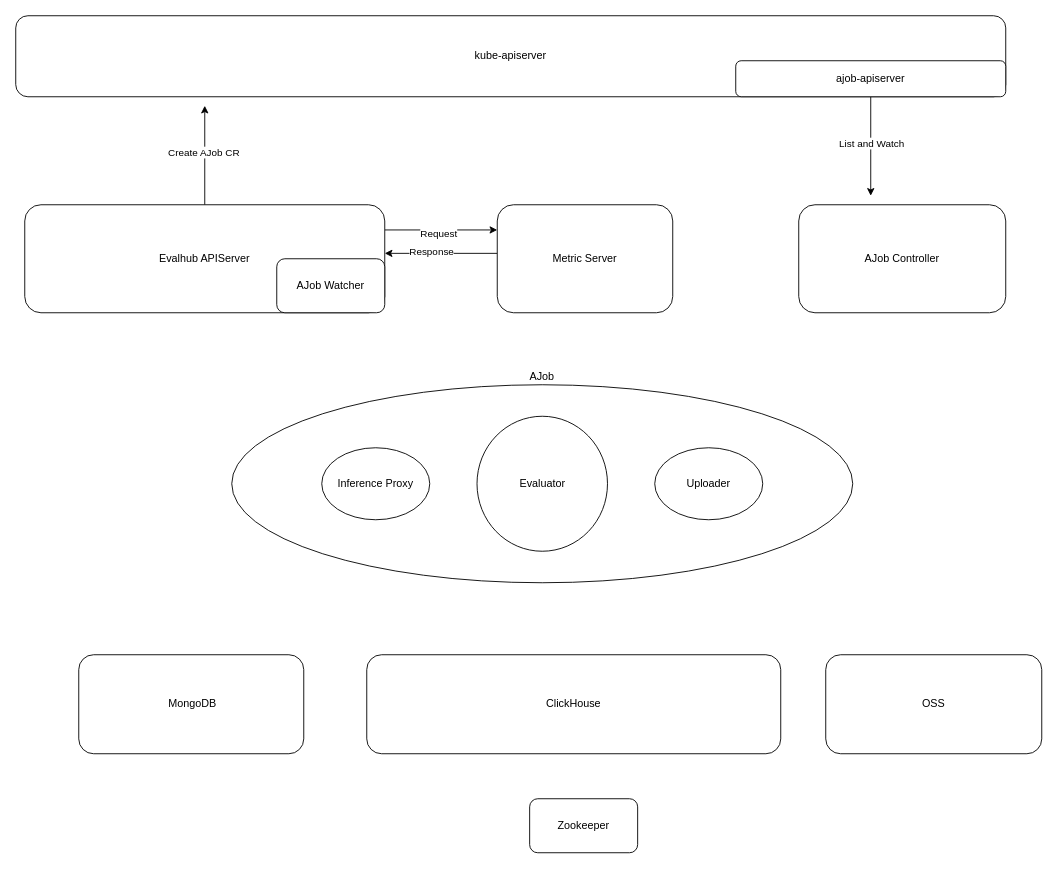
The draw.io diagram 评测服务.drawio in zhongshangwu/draw.io, before the edit. Source tidied: cells renumbered, new cells numbered last; positions are measured from the earlier drawing's top-left corner, leaving out a move shared by most shapes. Both pictures are drawn from the tidied source at 90%, with x=0, y=0 at pixel (15, 15).
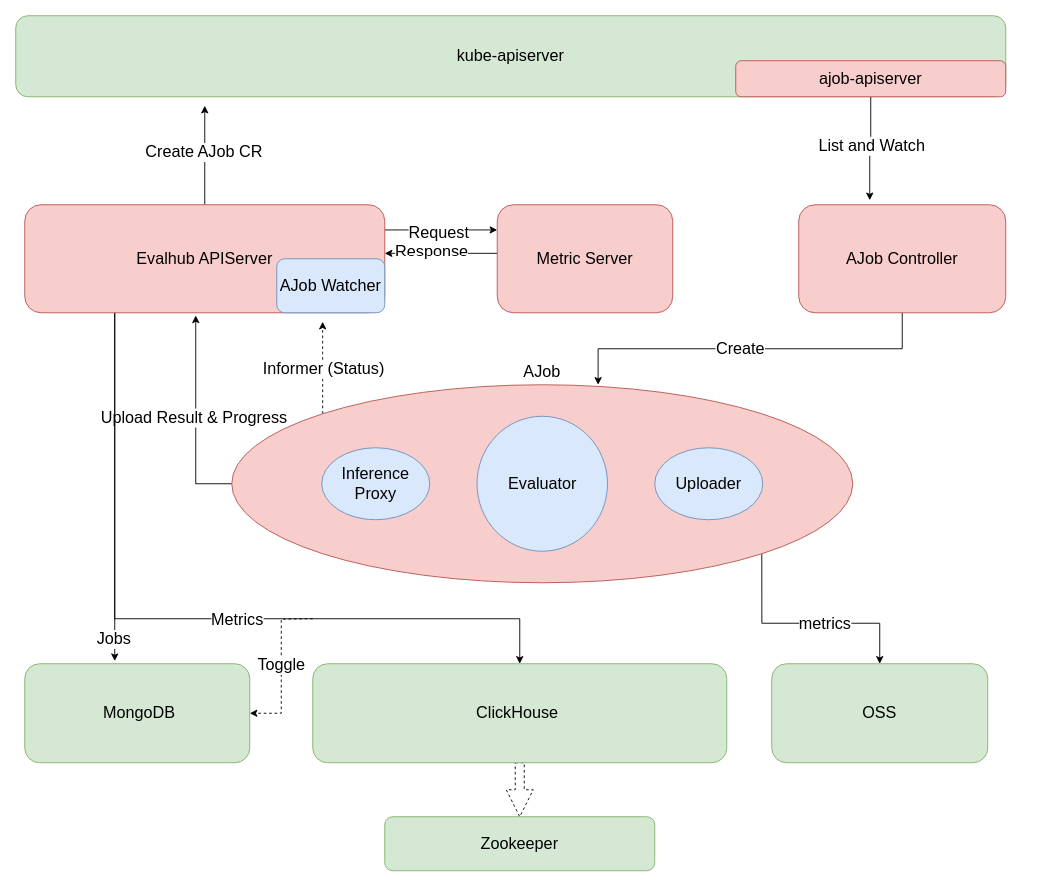
The same diagram, later.

Commit message:
更新评测服务.drawio

What changed in the source:
```diff
@@
+    <mxCell id="24" value="Toggle" style="edgeStyle=orthogonalEdgeStyle;rounded=0;jettySize=auto;html=1;entryX=1;entryY=0.5;entryDx=0;entryDy=0;dashed=1;fontSize=18;" parent="1" edge="1" target="2">
+      <mxGeometry relative="1" as="geometry">
+        <mxPoint x="330" y="670" as="sourcePoint" />
+      </mxGeometry>
+    </mxCell>
-    <mxCell id="2" value="&amp;nbsp;MongoDB" style="rounded=1;whiteSpace=wrap;html=1;" parent="1" vertex="1">
-      <mxGeometry x="70" y="710" width="250" height="110" as="geometry" />
+    <mxCell id="2" value="&amp;nbsp;MongoDB" style="rounded=1;whiteSpace=wrap;html=1;fillColor=#d5e8d4;strokeColor=#82b366;fontSize=18;" parent="1" vertex="1">
+      <mxGeometry x="10" y="720" width="250" height="110" as="geometry" />
     </mxCell>
+    <mxCell id="25" style="edgeStyle=orthogonalEdgeStyle;rounded=0;jettySize=auto;html=1;exitX=0.5;exitY=1;exitDx=0;exitDy=0;entryX=0.5;entryY=0;entryDx=0;entryDy=0;dashed=1;shape=arrow;fontSize=18;" parent="1" edge="1" source="3" target="5">
+      <mxGeometry relative="1" as="geometry" />
+    </mxCell>
-    <mxCell id="3" value="ClickHouse" style="rounded=1;whiteSpace=wrap;html=1;" parent="1" vertex="1">
-      <mxGeometry x="390" y="710" width="460" height="110" as="geometry" />
+    <mxCell id="3" value="ClickHouse&amp;nbsp;" style="rounded=1;whiteSpace=wrap;html=1;fillColor=#d5e8d4;strokeColor=#82b366;fontSize=18;" parent="1" vertex="1">
+      <mxGeometry x="330" y="720" width="460" height="110" as="geometry" />
     </mxCell>
-    <mxCell id="4" value="OSS" style="rounded=1;whiteSpace=wrap;html=1;" parent="1" vertex="1">
-      <mxGeometry x="900" y="710" width="240" height="110" as="geometry" />
+    <mxCell id="4" value="OSS" style="rounded=1;whiteSpace=wrap;html=1;fillColor=#d5e8d4;strokeColor=#82b366;fontSize=18;" parent="1" vertex="1">
+      <mxGeometry x="840" y="720" width="240" height="110" as="geometry" />
     </mxCell>
-    <mxCell id="5" value="Zookeeper" style="rounded=1;whiteSpace=wrap;html=1;" parent="1" vertex="1">
-      <mxGeometry x="571" y="870" width="120" height="60" as="geometry" />
+    <mxCell id="5" value="Zookeeper" style="rounded=1;whiteSpace=wrap;html=1;fillColor=#d5e8d4;strokeColor=#82b366;fontSize=18;" parent="1" vertex="1">
+      <mxGeometry x="410" y="890" width="300" height="60" as="geometry" />
     </mxCell>
+    <mxCell id="26" style="edgeStyle=orthogonalEdgeStyle;rounded=0;jettySize=auto;html=1;exitX=0;exitY=0;exitDx=0;exitDy=0;dashed=1;fontSize=18;" parent="1" edge="1" source="6">
+      <mxGeometry relative="1" as="geometry">
+        <mxPoint x="341" y="340" as="targetPoint" />
+      </mxGeometry>
+    </mxCell>
+    <mxCell id="27" value="Informer (Status)" style="edgeLabel;html=1;align=center;verticalAlign=middle;fontSize=18;" parent="26" vertex="1">
+      <mxGeometry x="-0.02" relative="1" as="geometry" />
+    </mxCell>
+    <mxCell id="28" style="edgeStyle=orthogonalEdgeStyle;rounded=0;jettySize=auto;html=1;exitX=1;exitY=1;exitDx=0;exitDy=0;entryX=0.5;entryY=0;entryDx=0;entryDy=0;fontSize=18;" parent="1" edge="1" source="6" target="4">
+      <mxGeometry relative="1" as="geometry" />
+    </mxCell>
+    <mxCell id="29" value="metrics" style="edgeLabel;html=1;align=center;verticalAlign=middle;fontSize=18;" parent="28" vertex="1">
+      <mxGeometry x="0.16" relative="1" as="geometry" />
+    </mxCell>
+    <mxCell id="30" style="edgeStyle=orthogonalEdgeStyle;rounded=0;jettySize=auto;html=1;exitX=0;exitY=0.5;exitDx=0;exitDy=0;entryX=0.475;entryY=1.025;entryDx=0;entryDy=0;entryPerimeter=0;fontSize=18;" parent="1" edge="1" source="6" target="18">
+      <mxGeometry relative="1" as="geometry" />
+    </mxCell>
+    <mxCell id="31" value="Upload Result &amp;amp; Progress" style="edgeLabel;html=1;align=center;verticalAlign=middle;fontSize=18;" parent="30" vertex="1">
+      <mxGeometry y="3" relative="1" as="geometry" />
+    </mxCell>
-    <mxCell id="6" value="AJob" style="ellipse;whiteSpace=wrap;html=1;labelPosition=center;verticalLabelPosition=top;align=center;verticalAlign=bottom;" parent="1" vertex="1">
+    <mxCell id="6" value="&lt;font style=&quot;font-size: 18px;&quot;&gt;AJob&lt;/font&gt;" style="ellipse;whiteSpace=wrap;html=1;labelPosition=center;verticalLabelPosition=top;align=center;verticalAlign=bottom;fillColor=#f8cecc;strokeColor=#b85450;fontSize=18;" parent="1" vertex="1">
       <mxGeometry x="240" y="410" width="690" height="220" as="geometry" />
     </mxCell>
-    <mxCell id="7" value="Inference Proxy" style="ellipse;whiteSpace=wrap;html=1;" parent="1" vertex="1">
+    <mxCell id="7" value="Inference Proxy" style="ellipse;whiteSpace=wrap;html=1;fillColor=#dae8fc;strokeColor=#6c8ebf;fontSize=18;" parent="1" vertex="1">
       <mxGeometry x="340" y="480" width="120" height="80" as="geometry" />
     </mxCell>
-    <mxCell id="8" value="Evaluator" style="ellipse;whiteSpace=wrap;html=1;" parent="1" vertex="1">
+    <mxCell id="8" value="Evaluator" style="ellipse;whiteSpace=wrap;html=1;fillColor=#dae8fc;strokeColor=#6c8ebf;fontSize=18;" parent="1" vertex="1">
       <mxGeometry x="512.5" y="445" width="145" height="150" as="geometry" />
     </mxCell>
-    <mxCell id="9" value="Uploader" style="ellipse;whiteSpace=wrap;html=1;" parent="1" vertex="1">
+    <mxCell id="9" value="Uploader" style="ellipse;whiteSpace=wrap;html=1;fillColor=#dae8fc;strokeColor=#6c8ebf;fontSize=18;" parent="1" vertex="1">
       <mxGeometry x="710" y="480" width="120" height="80" as="geometry" />
     </mxCell>
-    <mxCell id="10" value="kube-apiserver" style="rounded=1;whiteSpace=wrap;html=1;" parent="1" vertex="1">
+    <mxCell id="10" value="kube-apiserver" style="rounded=1;whiteSpace=wrap;html=1;fillColor=#d5e8d4;strokeColor=#82b366;fontSize=18;" parent="1" vertex="1">
       <mxGeometry width="1100" height="90" as="geometry" />
     </mxCell>
-    <mxCell id="11" style="edgeStyle=orthogonalEdgeStyle;rounded=0;jettySize=auto;html=1;exitX=0.5;exitY=1;exitDx=0;exitDy=0;" parent="1" edge="1" source="13">
-      <mxGeometry relative="1" as="geometry">
-        <mxPoint x="950" y="200" as="targetPoint" />
-      </mxGeometry>
+    <mxCell id="11" style="edgeStyle=orthogonalEdgeStyle;rounded=0;jettySize=auto;html=1;exitX=0.5;exitY=1;exitDx=0;exitDy=0;entryX=0.343;entryY=-0.042;entryDx=0;entryDy=0;entryPerimeter=0;fontSize=18;" parent="1" edge="1" source="13" target="20">
+      <mxGeometry relative="1" as="geometry" />
     </mxCell>
-    <mxCell id="12" value="List and Watch" style="edgeLabel;html=1;align=center;verticalAlign=middle;" parent="11" vertex="1">
+    <mxCell id="12" value="List and Watch" style="edgeLabel;html=1;align=center;verticalAlign=middle;fontSize=18;" parent="11" vertex="1">
       <mxGeometry x="-0.07" relative="1" as="geometry" />
     </mxCell>
-    <mxCell id="13" value="ajob-apiserver" style="rounded=1;whiteSpace=wrap;html=1;" parent="1" vertex="1">
+    <mxCell id="13" value="ajob-apiserver" style="rounded=1;whiteSpace=wrap;html=1;fillColor=#f8cecc;strokeColor=#b85450;fontSize=18;" parent="1" vertex="1">
       <mxGeometry x="800" y="50" width="300" height="40" as="geometry" />
     </mxCell>
-    <mxCell id="14" style="edgeStyle=orthogonalEdgeStyle;rounded=0;jettySize=auto;html=1;exitX=0.5;exitY=0;exitDx=0;exitDy=0;" parent="1" edge="1" source="18">
+    <mxCell id="14" style="edgeStyle=orthogonalEdgeStyle;rounded=0;jettySize=auto;html=1;exitX=0.5;exitY=0;exitDx=0;exitDy=0;fontSize=18;" parent="1" edge="1" source="18">
       <mxGeometry relative="1" as="geometry">
         <mxPoint x="210" y="100" as="targetPoint" />
       </mxGeometry>
     </mxCell>
-    <mxCell id="15" value="Create AJob CR" style="edgeLabel;html=1;align=center;verticalAlign=middle;" parent="14" vertex="1">
+    <mxCell id="15" value="Create AJob CR" style="edgeLabel;html=1;align=center;verticalAlign=middle;fontSize=18;" parent="14" vertex="1">
       <mxGeometry x="0.07" y="2" relative="1" as="geometry" />
     </mxCell>
-    <mxCell id="16" style="edgeStyle=orthogonalEdgeStyle;rounded=0;orthogonalLoop=1;jettySize=auto;html=1;exitX=1;exitY=0.25;exitDx=0;exitDy=0;entryX=0;entryY=0.25;entryDx=0;entryDy=0;" parent="1" edge="1">
+    <mxCell id="16" style="edgeStyle=orthogonalEdgeStyle;rounded=0;orthogonalLoop=1;jettySize=auto;html=1;exitX=1;exitY=0.25;exitDx=0;exitDy=0;entryX=0;entryY=0.25;entryDx=0;entryDy=0;fontSize=18;" parent="1" edge="1">
       <mxGeometry relative="1" as="geometry">
         <mxPoint x="410" y="238" as="sourcePoint" />
         <mxPoint x="535" y="238" as="targetPoint" />
       </mxGeometry>
     </mxCell>
-    <mxCell id="17" value="Request" style="edgeLabel;html=1;align=center;verticalAlign=middle;" parent="16" vertex="1">
+    <mxCell id="17" value="Request" style="edgeLabel;html=1;align=center;verticalAlign=middle;fontSize=18;" parent="16" vertex="1">
       <mxGeometry x="-0.06" y="-3" relative="1" as="geometry" />
     </mxCell>
+    <mxCell id="32" style="edgeStyle=orthogonalEdgeStyle;rounded=0;jettySize=auto;html=1;exitX=0.25;exitY=1;exitDx=0;exitDy=0;entryX=0.5;entryY=0;entryDx=0;entryDy=0;fontSize=18;" parent="1" edge="1" source="18" target="3">
+      <mxGeometry relative="1" as="geometry">
+        <Array as="points">
+          <mxPoint x="110" y="670" />
+          <mxPoint x="560" y="670" />
+        </Array>
+      </mxGeometry>
+    </mxCell>
+    <mxCell id="33" value="Metrics" style="edgeLabel;html=1;align=center;verticalAlign=middle;fontSize=18;" parent="32" vertex="1">
+      <mxGeometry x="0.13" y="-1" relative="1" as="geometry" />
+    </mxCell>
+    <mxCell id="34" style="edgeStyle=orthogonalEdgeStyle;rounded=0;jettySize=auto;html=1;exitX=0.25;exitY=1;exitDx=0;exitDy=0;entryX=0.4;entryY=-0.027;entryDx=0;entryDy=0;entryPerimeter=0;fontSize=18;" parent="1" edge="1" source="18" target="2">
+      <mxGeometry relative="1" as="geometry" />
+    </mxCell>
+    <mxCell id="35" value="Jobs" style="edgeLabel;html=1;align=center;verticalAlign=middle;fontSize=18;" parent="34" vertex="1">
+      <mxGeometry x="0.87" y="-2" relative="1" as="geometry" />
+    </mxCell>
-    <mxCell id="18" value="Evalhub APIServer" style="rounded=1;whiteSpace=wrap;html=1;" parent="1" vertex="1">
+    <mxCell id="18" value="Evalhub APIServer" style="rounded=1;whiteSpace=wrap;html=1;fillColor=#f8cecc;strokeColor=#b85450;fontSize=18;" parent="1" vertex="1">
       <mxGeometry x="10" y="210" width="400" height="120" as="geometry" />
     </mxCell>
-    <mxCell id="19" value="AJob Watcher" style="rounded=1;whiteSpace=wrap;html=1;" parent="1" vertex="1">
+    <mxCell id="19" value="AJob Watcher" style="rounded=1;whiteSpace=wrap;html=1;fillColor=#dae8fc;strokeColor=#6c8ebf;fontSize=18;" parent="1" vertex="1">
       <mxGeometry x="290" y="270" width="120" height="60" as="geometry" />
     </mxCell>
+    <mxCell id="36" style="edgeStyle=orthogonalEdgeStyle;rounded=0;jettySize=auto;html=1;exitX=0.5;exitY=1;exitDx=0;exitDy=0;entryX=0.59;entryY=0;entryDx=0;entryDy=0;entryPerimeter=0;fontSize=18;" parent="1" edge="1" source="20" target="6">
+      <mxGeometry relative="1" as="geometry" />
+    </mxCell>
+    <mxCell id="37" value="Create" style="edgeLabel;html=1;align=center;verticalAlign=middle;fontSize=18;" parent="36" vertex="1">
+      <mxGeometry x="0.06" y="-1" relative="1" as="geometry" />
+    </mxCell>
-    <mxCell id="20" value="AJob Controller" style="rounded=1;whiteSpace=wrap;html=1;" parent="1" vertex="1">
+    <mxCell id="20" value="AJob Controller" style="rounded=1;whiteSpace=wrap;html=1;fillColor=#f8cecc;strokeColor=#b85450;fontSize=18;" parent="1" vertex="1">
       <mxGeometry x="870" y="210" width="230" height="120" as="geometry" />
     </mxCell>
-    <mxCell id="21" style="edgeStyle=orthogonalEdgeStyle;rounded=0;orthogonalLoop=1;jettySize=auto;html=1;exitX=0;exitY=0.75;exitDx=0;exitDy=0;entryX=1;entryY=0.5;entryDx=0;entryDy=0;" parent="1" edge="1">
+    <mxCell id="21" style="edgeStyle=orthogonalEdgeStyle;rounded=0;orthogonalLoop=1;jettySize=auto;html=1;exitX=0;exitY=0.75;exitDx=0;exitDy=0;entryX=1;entryY=0.5;entryDx=0;entryDy=0;fontSize=18;" parent="1" edge="1">
       <mxGeometry relative="1" as="geometry">
         <mxPoint x="535" y="264" as="sourcePoint" />
         <mxPoint x="410" y="264" as="targetPoint" />
       </mxGeometry>
     </mxCell>
-    <mxCell id="22" value="Response" style="edgeLabel;html=1;align=center;verticalAlign=middle;" parent="21" vertex="1">
+    <mxCell id="22" value="Response" style="edgeLabel;html=1;align=center;verticalAlign=middle;fontSize=18;" parent="21" vertex="1">
       <mxGeometry x="0.18" y="-3" relative="1" as="geometry" />
     </mxCell>
-    <mxCell id="23" value="Metric Server" style="rounded=1;whiteSpace=wrap;html=1;" parent="1" vertex="1">
+    <mxCell id="23" value="Metric Server" style="rounded=1;whiteSpace=wrap;html=1;fillColor=#f8cecc;strokeColor=#b85450;fontSize=18;" parent="1" vertex="1">
       <mxGeometry x="535" y="210" width="195" height="120" as="geometry" />
     </mxCell>
```
